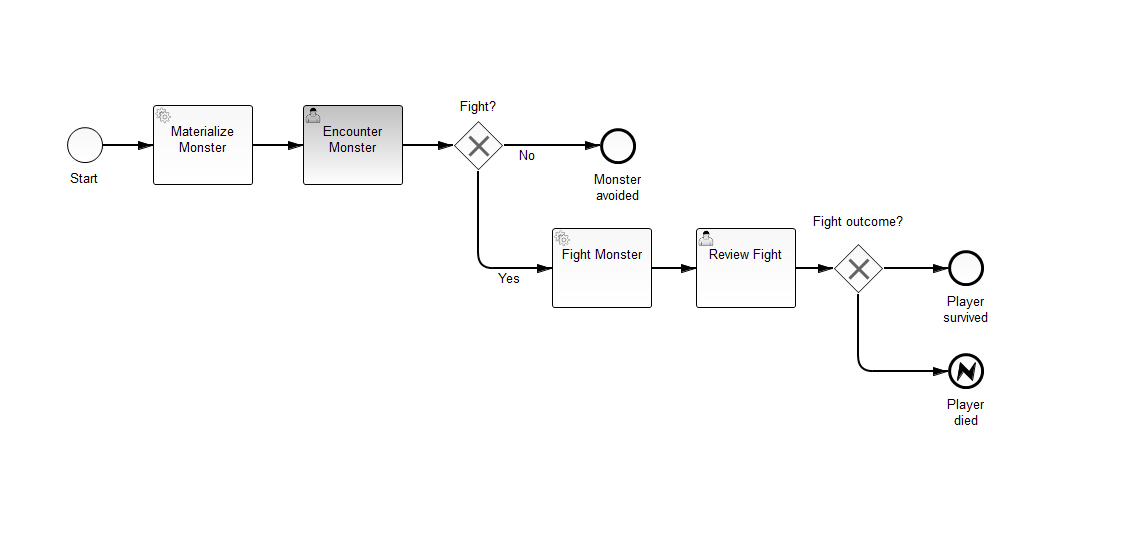
NPDeehan/bpmn-quest keeps this BPMN diagram as src/main/resources/fight.png. Above is the earlier version. Its source is kept beside it as src/main/resources/fight.bpmn. Ids are renumbered.
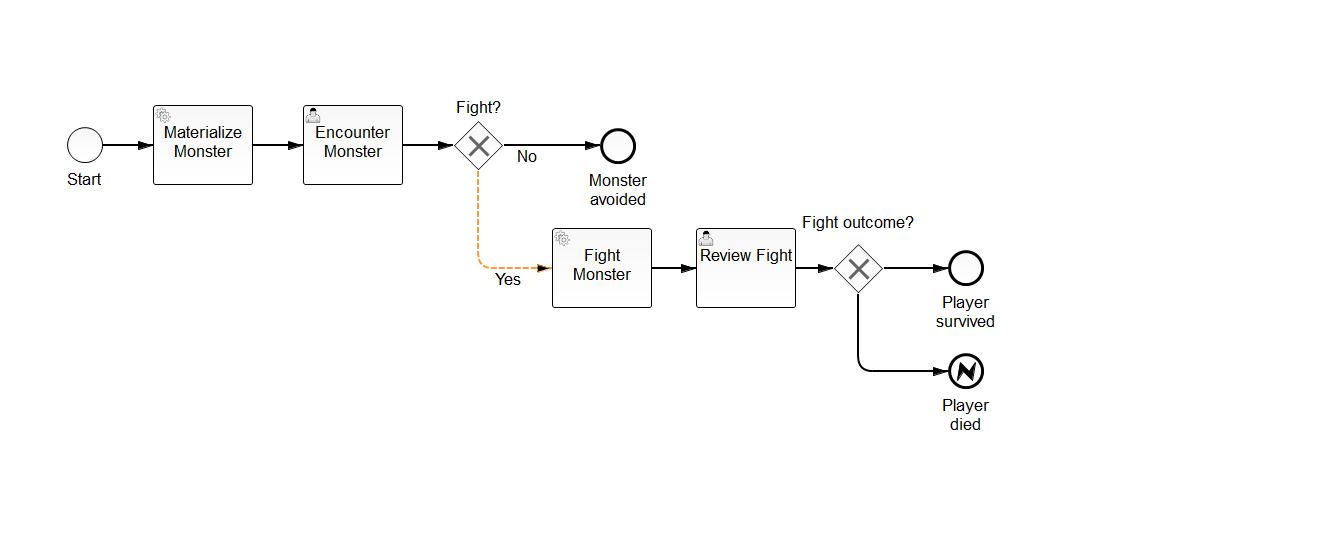
Later version of the same file.

Commit message:
:camel: (fight): make fighting bettter

Diff of the diagram source:
```diff
@@ -20,13 +20,13 @@
     </bpmn2:exclusiveGateway>
     <bpmn2:sequenceFlow id="SequenceFlow_3" name="" sourceRef="UserTask_1" targetRef="ExclusiveGateway_1"/>
     <bpmn2:sequenceFlow id="SequenceFlow_4" name="No" sourceRef="ExclusiveGateway_1" targetRef="EndEvent_1">
-      <bpmn2:conditionExpression xsi:type="bpmn2:tFormalExpression">#{decision=='NO'}</bpmn2:conditionExpression>
+      <bpmn2:conditionExpression xsi:type="bpmn2:tFormalExpression">#{decision=='Sneak away...'}</bpmn2:conditionExpression>
     </bpmn2:sequenceFlow>
     <bpmn2:endEvent id="EndEvent_1" name="Monster&#xD;&#xA;avoided">
       <bpmn2:incoming>SequenceFlow_4</bpmn2:incoming>
     </bpmn2:endEvent>
     <bpmn2:sequenceFlow id="SequenceFlow_5" name="Yes" sourceRef="ExclusiveGateway_1" targetRef="ServiceTask_2">
-      <bpmn2:conditionExpression xsi:type="bpmn2:tFormalExpression">#{decision =='YES'}</bpmn2:conditionExpression>
+      <bpmn2:conditionExpression xsi:type="bpmn2:tFormalExpression">#{decision =='Fight to Death!'}</bpmn2:conditionExpression>
     </bpmn2:sequenceFlow>
     <bpmn2:serviceTask id="ServiceTask_2" camunda:class="org.camunda.bpmn.quest.CharacterCreator.FightDelegate" name="Fight Monster">
       <bpmn2:incoming>SequenceFlow_5</bpmn2:incoming>
```
